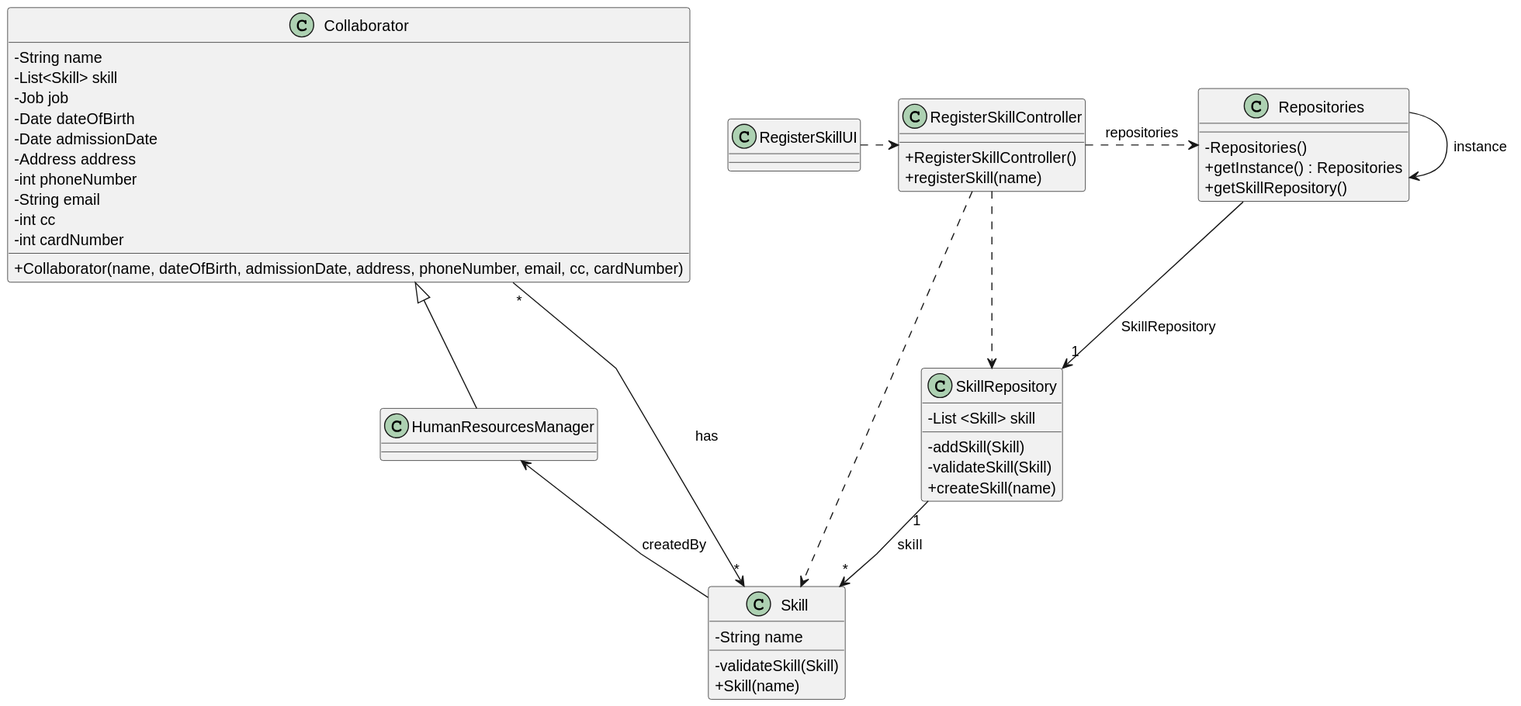
Departamento-de-Engenharia-Informatica/lei-24-s2-1db-g022 keeps this PlantUML diagram as docs/sprint2/us01/03.design/svg/us01-class-diagram.svg. Above is the earlier version.
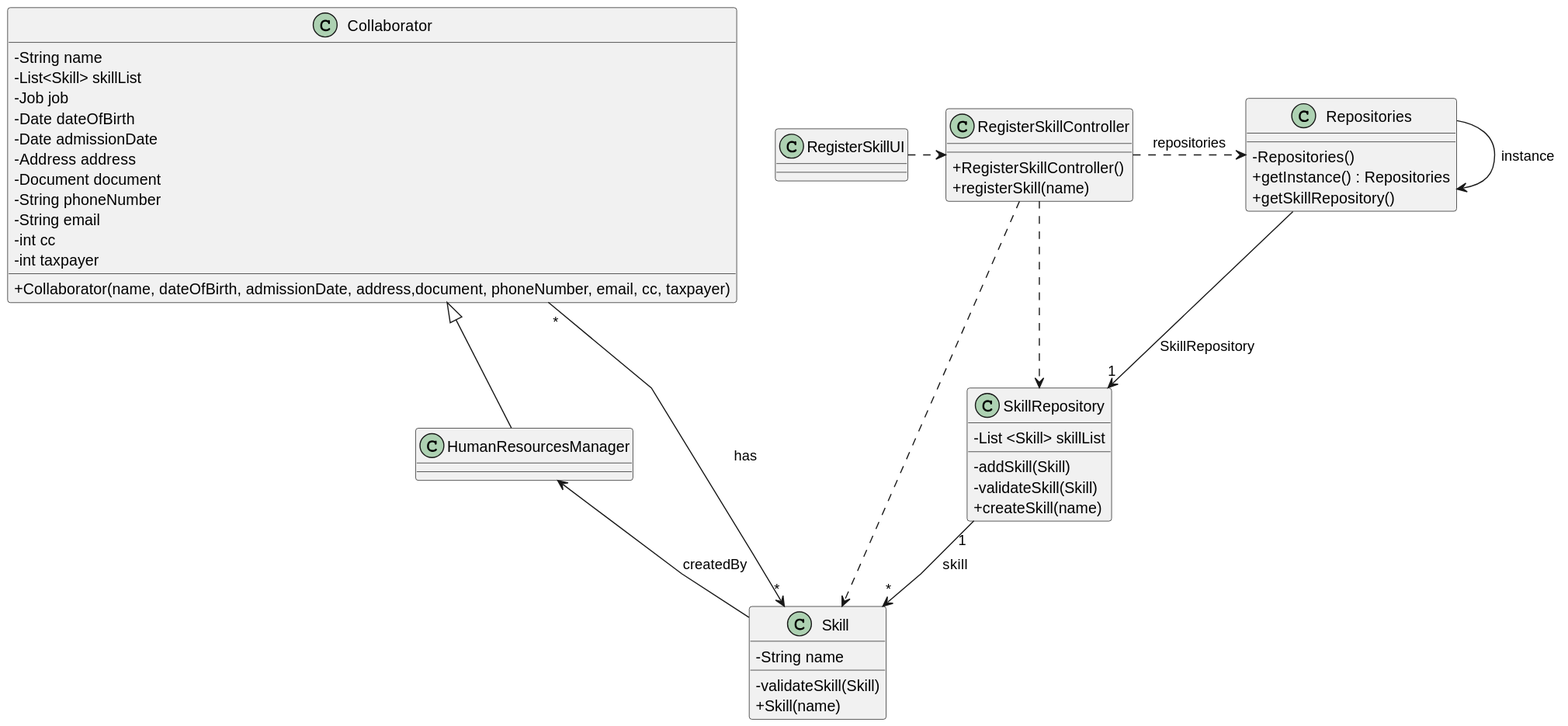
After the commit.

Commit message:
correction class diagram of US01, US02 ,US05 and US06 svg image creation for the same US's

The edit, as a diff of the source:
```diff
@@ -24,17 +24,18 @@
 
 class Collaborator {
     -String name
-    -List<Skill> skill
+    -List<Skill> skillList
     -Job job
     -Date dateOfBirth
     -Date admissionDate
     -Address address
-    -int phoneNumber
+    -Document document
+    -String phoneNumber
     -String email
     -int cc
-    -int cardNumber
+    -int taxpayer
 
-    + Collaborator(name, dateOfBirth, admissionDate, address, phoneNumber, email, cc, cardNumber)
+    + Collaborator(name, dateOfBirth, admissionDate, address,document, phoneNumber, email, cc, taxpayer)
 }
 
 class HumanResourcesManager {
@@ -48,7 +49,7 @@
 }
 
 class SkillRepository {
-    - List <Skill> skill
+    - List <Skill> skillList
 
     - addSkill(Skill)
     - validateSkill(Skill)
```
